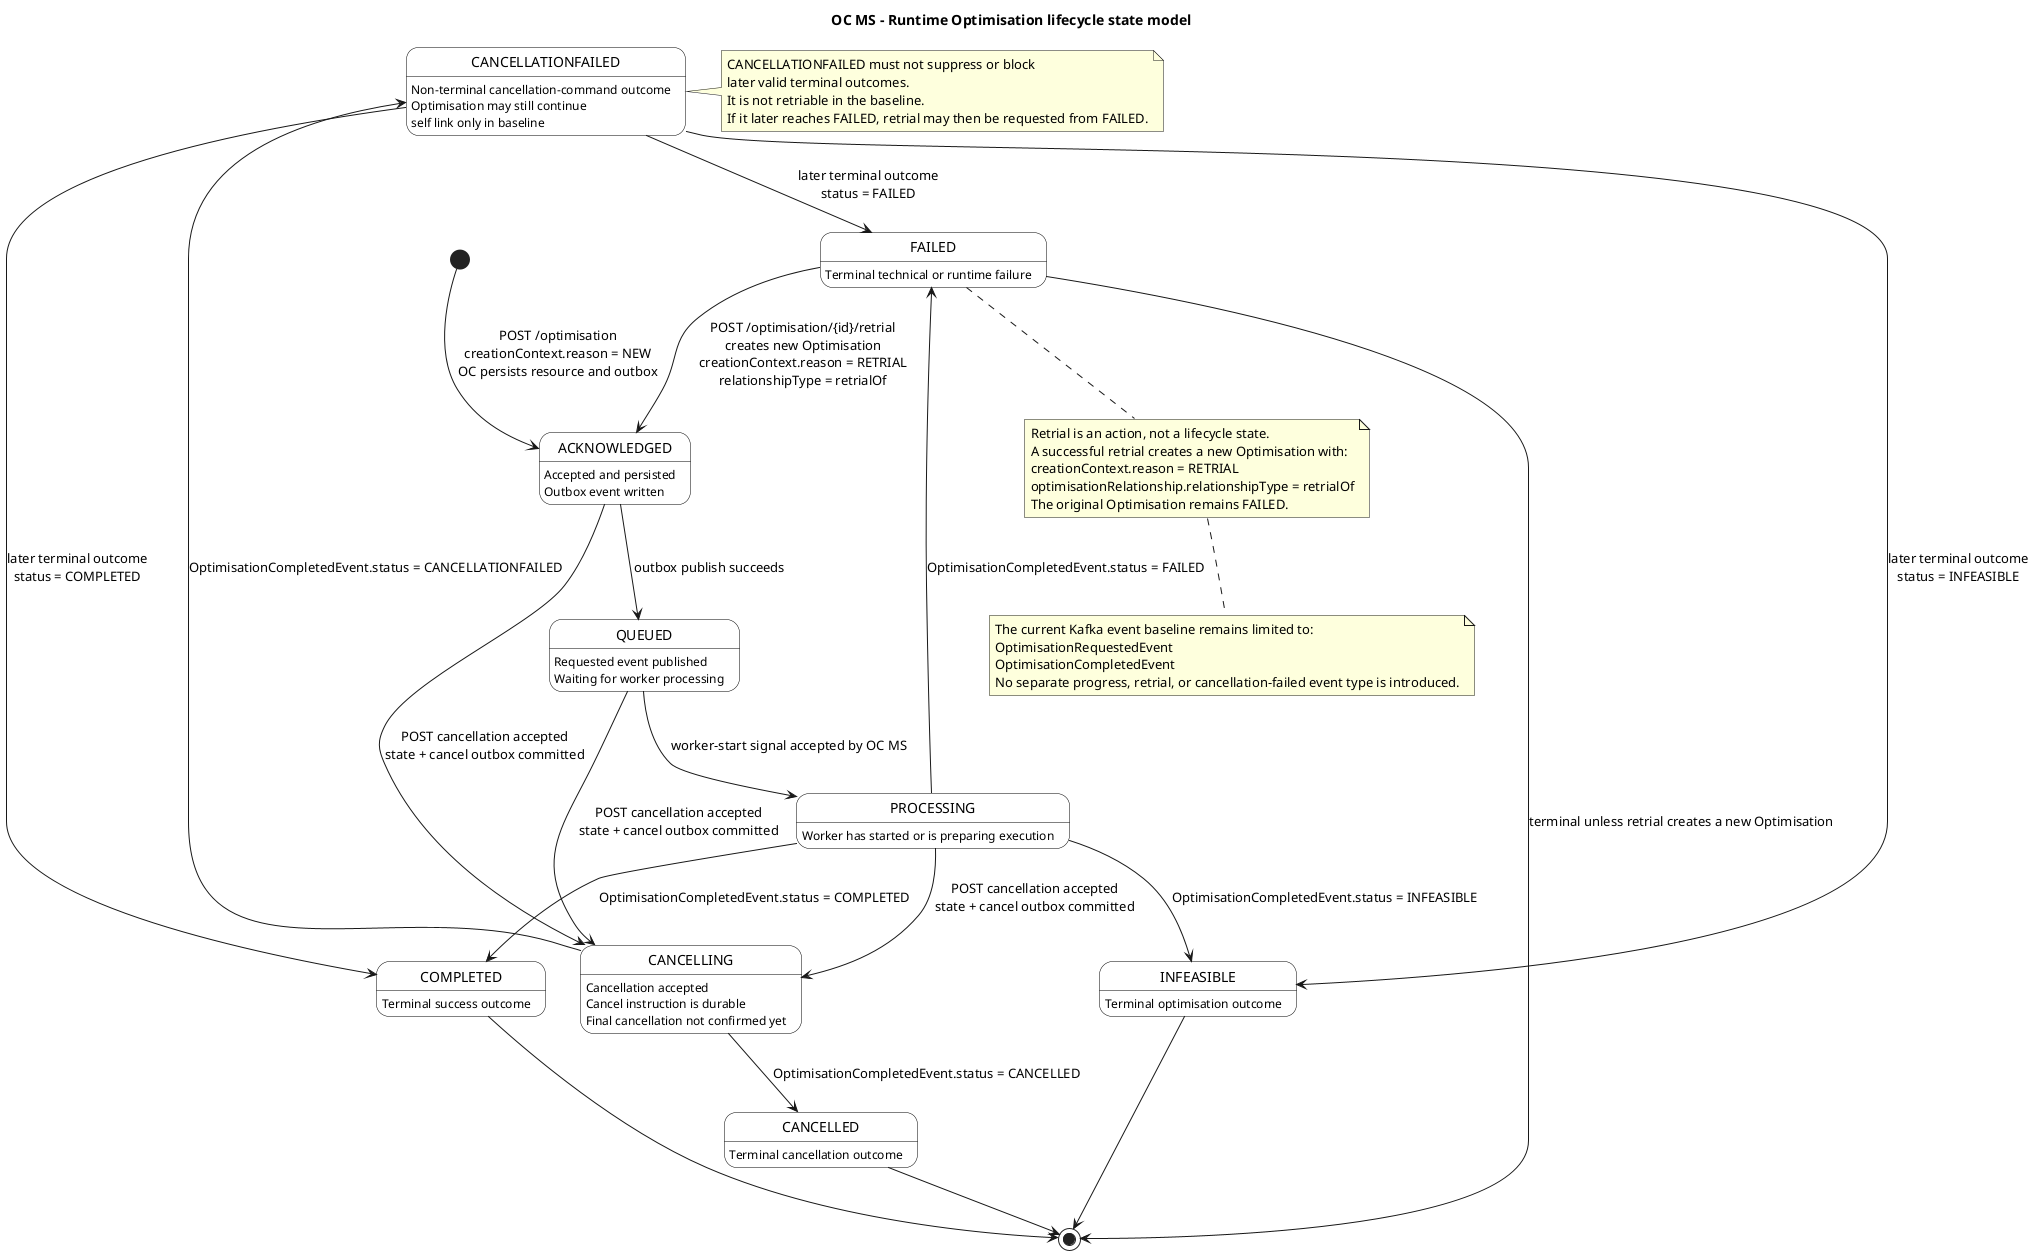
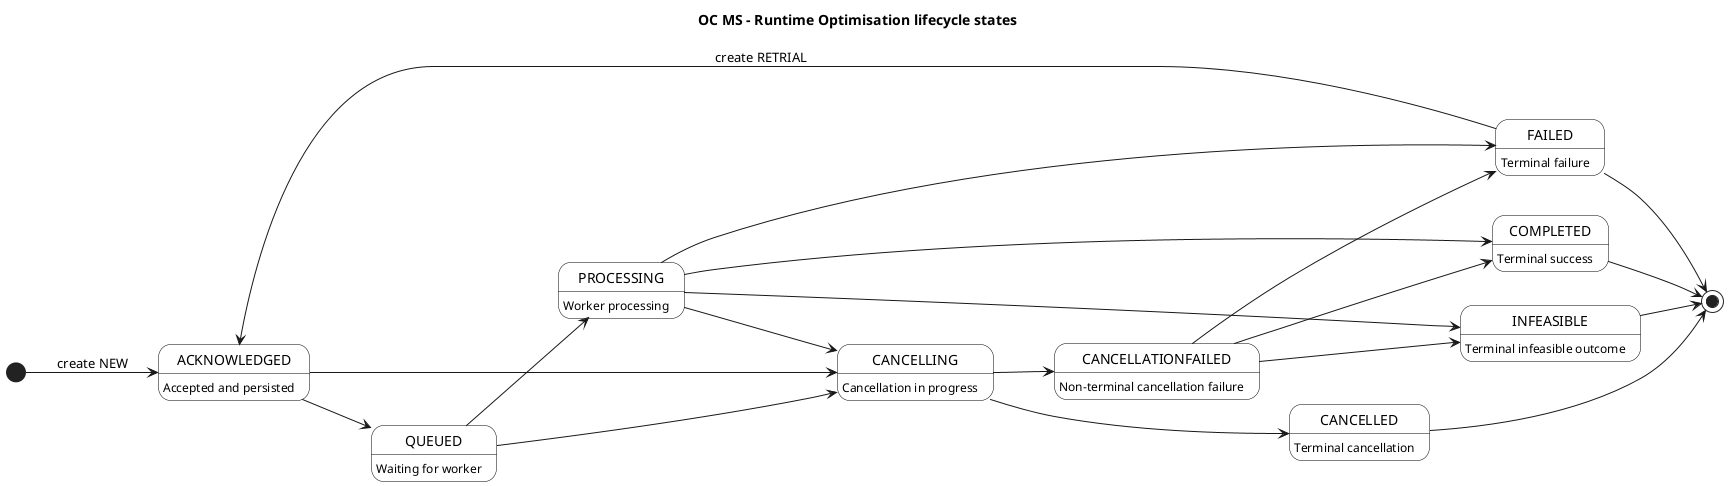
@startuml oc-ms-lifecycle-state
' OC MS runtime Optimisation lifecycle state model
- ' Focus: runtime execution, cancellation, cancellation failure, and retrial creation context.
+ ' State-only view.

hide empty description
+ left to right direction
skinparam shadowing false
skinparam state {
  BackgroundColor White
  BorderColor Black
  FontColor Black
}

- title OC MS - Runtime Optimisation lifecycle state model
+ title OC MS - Runtime Optimisation lifecycle states

- [*] --> ACKNOWLEDGED : POST /optimisation\ncreationContext.reason = NEW\nOC persists resource and outbox
+ [*] --> ACKNOWLEDGED : create NEW
+ FAILED --> ACKNOWLEDGED : create RETRIAL

- FAILED --> ACKNOWLEDGED : POST /optimisation/{id}/retrial\ncreates new Optimisation\ncreationContext.reason = RETRIAL\nrelationshipType = retrialOf
+ ACKNOWLEDGED --> QUEUED
+ QUEUED --> PROCESSING

- ACKNOWLEDGED --> QUEUED : outbox publish succeeds
- QUEUED --> PROCESSING : worker-start signal accepted by OC MS
+ PROCESSING --> COMPLETED
+ PROCESSING --> INFEASIBLE
+ PROCESSING --> FAILED

- PROCESSING --> COMPLETED : OptimisationCompletedEvent.status = COMPLETED
- PROCESSING --> INFEASIBLE : OptimisationCompletedEvent.status = INFEASIBLE
- PROCESSING --> FAILED : OptimisationCompletedEvent.status = FAILED
+ ACKNOWLEDGED --> CANCELLING
+ QUEUED --> CANCELLING
+ PROCESSING --> CANCELLING

- ACKNOWLEDGED --> CANCELLING : POST cancellation accepted\nstate + cancel outbox committed
- QUEUED --> CANCELLING : POST cancellation accepted\nstate + cancel outbox committed
- PROCESSING --> CANCELLING : POST cancellation accepted\nstate + cancel outbox committed
+ CANCELLING --> CANCELLED
+ CANCELLING --> CANCELLATIONFAILED

- CANCELLING --> CANCELLED : OptimisationCompletedEvent.status = CANCELLED
- CANCELLING --> CANCELLATIONFAILED : OptimisationCompletedEvent.status = CANCELLATIONFAILED
- 
- CANCELLATIONFAILED --> COMPLETED : later terminal outcome\nstatus = COMPLETED
- CANCELLATIONFAILED --> INFEASIBLE : later terminal outcome\nstatus = INFEASIBLE
- CANCELLATIONFAILED --> FAILED : later terminal outcome\nstatus = FAILED
+ CANCELLATIONFAILED --> COMPLETED
+ CANCELLATIONFAILED --> INFEASIBLE
+ CANCELLATIONFAILED --> FAILED

COMPLETED --> [*]
INFEASIBLE --> [*]
- FAILED --> [*] : terminal unless retrial creates a new Optimisation
+ FAILED --> [*]
CANCELLED --> [*]

ACKNOWLEDGED : Accepted and persisted
- ACKNOWLEDGED : Outbox event written
- 
- QUEUED : Requested event published
- QUEUED : Waiting for worker processing
- 
- PROCESSING : Worker has started or is preparing execution
- 
- COMPLETED : Terminal success outcome
- INFEASIBLE : Terminal optimisation outcome
- FAILED : Terminal technical or runtime failure
- 
- CANCELLING : Cancellation accepted
- CANCELLING : Cancel instruction is durable
- CANCELLING : Final cancellation not confirmed yet
- 
- CANCELLED : Terminal cancellation outcome
- CANCELLATIONFAILED : Non-terminal cancellation-command outcome
- CANCELLATIONFAILED : Optimisation may still continue
- CANCELLATIONFAILED : self link only in baseline
- 
- note right of CANCELLATIONFAILED
- CANCELLATIONFAILED must not suppress or block
- later valid terminal outcomes.
- It is not retriable in the baseline.
- If it later reaches FAILED, retrial may then be requested from FAILED.
- end note
- 
- note bottom of FAILED
- Retrial is an action, not a lifecycle state.
- A successful retrial creates a new Optimisation with:
- creationContext.reason = RETRIAL
- optimisationRelationship.relationshipType = retrialOf
- The original Optimisation remains FAILED.
- end note
- 
- note bottom
- The current Kafka event baseline remains limited to:
- OptimisationRequestedEvent
- OptimisationCompletedEvent
- No separate progress, retrial, or cancellation-failed event type is introduced.
- end note
+ QUEUED : Waiting for worker
+ PROCESSING : Worker processing
+ COMPLETED : Terminal success
+ INFEASIBLE : Terminal infeasible outcome
+ FAILED : Terminal failure
+ CANCELLING : Cancellation in progress
+ CANCELLED : Terminal cancellation
+ CANCELLATIONFAILED : Non-terminal cancellation failure

@enduml
